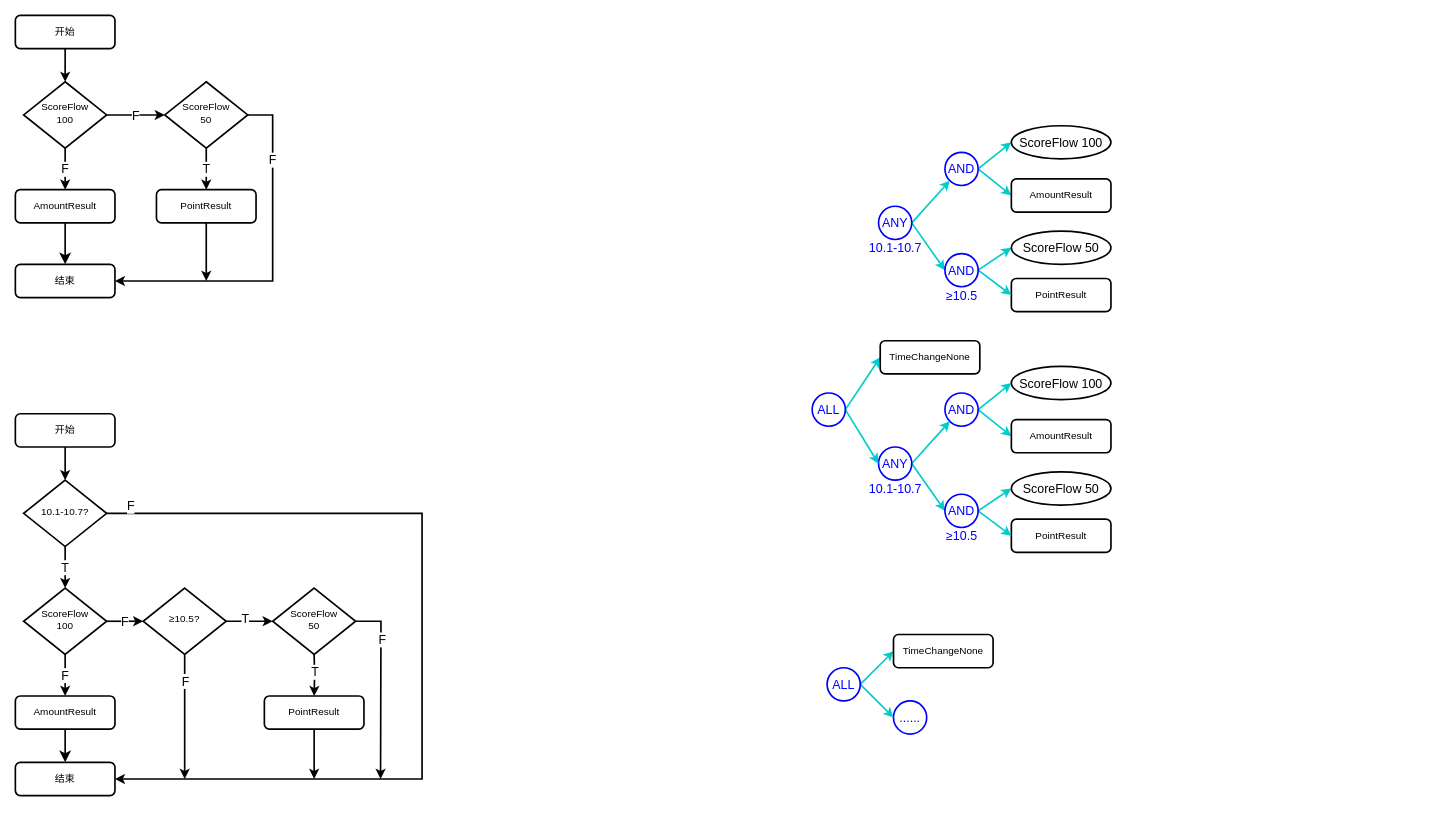
Before: Baikal Diagram.drawio in 2015java/baikal, a draw.io diagram. Source tidied: cells renumbered, new cells numbered last; positions are measured from the earlier drawing's top-left corner, leaving out a move shared by most shapes. Both pictures are drawn from the tidied source at 83%, with x=0, y=0 at pixel (15, 15).
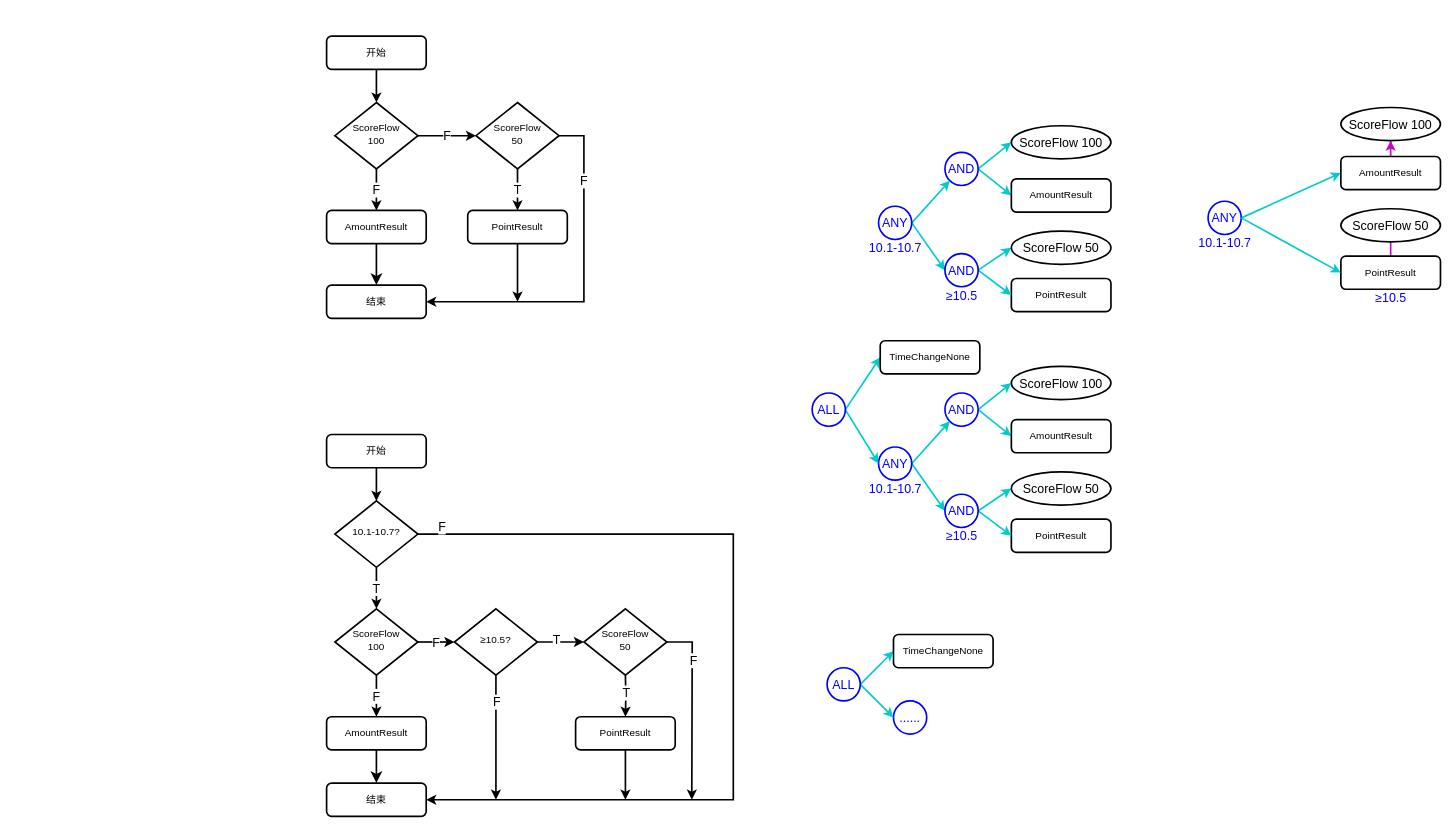
The same page after the edit.

The edit, as a diff of the source:
```diff
@@
     <mxCell id="3" value="开始" style="rounded=1;whiteSpace=wrap;html=1;fontSize=12;glass=0;strokeWidth=2;shadow=0;" parent="1" vertex="1">
-      <mxGeometry y="480" width="120" height="40" as="geometry" />
+      <mxGeometry x="375" y="505" width="120" height="40" as="geometry" />
     </mxCell>
@@
     <mxCell id="7" value="ScoreFlow&lt;br&gt;100" style="rhombus;whiteSpace=wrap;html=1;shadow=0;fontFamily=Helvetica;fontSize=12;align=center;strokeWidth=2;spacing=6;spacingTop=-4;" parent="1" vertex="1">
-      <mxGeometry x="10" y="690" width="100" height="80" as="geometry" />
+      <mxGeometry x="385" y="715" width="100" height="80" as="geometry" />
     </mxCell>
@@
     <mxCell id="9" value="结束" style="rounded=1;whiteSpace=wrap;html=1;fontSize=12;glass=0;strokeWidth=2;shadow=0;" parent="1" vertex="1">
-      <mxGeometry y="900" width="120" height="40" as="geometry" />
+      <mxGeometry x="375" y="925" width="120" height="40" as="geometry" />
     </mxCell>
     <mxCell id="10" value="AmountResult" style="rounded=1;whiteSpace=wrap;html=1;fontSize=12;glass=0;strokeWidth=2;shadow=0;" parent="1" vertex="1">
-      <mxGeometry y="820" width="120" height="40" as="geometry" />
+      <mxGeometry x="375" y="845" width="120" height="40" as="geometry" />
     </mxCell>
     <mxCell id="11" style="edgeStyle=orthogonalEdgeStyle;rounded=0;jettySize=auto;html=1;spacing=3;fontSize=15;strokeWidth=2;" parent="1" edge="1" target="14">
       <mxGeometry relative="1" as="geometry">
-        <mxPoint x="360" y="770" as="sourcePoint" />
+        <mxPoint x="735" y="795" as="sourcePoint" />
       </mxGeometry>
     </mxCell>
@@
     <mxCell id="13" style="edgeStyle=orthogonalEdgeStyle;rounded=0;jumpSize=10;jettySize=auto;html=1;endArrow=classic;endFill=1;strokeColor=#000000;fontSize=15;fontColor=#000000;strokeWidth=2;" parent="1" edge="1" source="14">
       <mxGeometry relative="1" as="geometry">
-        <mxPoint x="360" y="920" as="targetPoint" />
+        <mxPoint x="735" y="945" as="targetPoint" />
       </mxGeometry>
     </mxCell>
     <mxCell id="14" value="PointResult" style="rounded=1;whiteSpace=wrap;html=1;fontSize=12;glass=0;strokeWidth=2;shadow=0;" parent="1" vertex="1">
-      <mxGeometry x="300" y="820" width="120" height="40" as="geometry" />
+      <mxGeometry x="675" y="845" width="120" height="40" as="geometry" />
     </mxCell>
@@
     <mxCell id="16" style="edgeStyle=orthogonalEdgeStyle;rounded=0;jumpSize=10;jettySize=auto;html=1;exitX=1;exitY=0.5;exitDx=0;exitDy=0;entryX=1;entryY=0.5;entryDx=0;entryDy=0;endArrow=classic;endFill=1;strokeColor=#000000;fontSize=15;fontColor=#99004D;strokeWidth=2;" parent="1" edge="1" source="18" target="9">
       <mxGeometry relative="1" as="geometry">
         <Array as="points">
-          <mxPoint x="490" y="600" />
-          <mxPoint x="490" y="920" />
+          <mxPoint x="865" y="625" />
+          <mxPoint x="865" y="945" />
         </Array>
       </mxGeometry>
     </mxCell>
@@
     <mxCell id="18" value="10.1-10.7?" style="rhombus;whiteSpace=wrap;html=1;shadow=0;fontFamily=Helvetica;fontSize=12;align=center;strokeWidth=2;spacing=6;spacingTop=-4;" parent="1" vertex="1">
-      <mxGeometry x="10" y="560" width="100" height="80" as="geometry" />
+      <mxGeometry x="385" y="585" width="100" height="80" as="geometry" />
     </mxCell>
@@
     <mxCell id="20" value="开始" style="rounded=1;whiteSpace=wrap;html=1;fontSize=12;glass=0;strokeWidth=2;shadow=0;spacingBottom=0;fontStyle=0;" parent="1" vertex="1">
-      <mxGeometry width="120" height="40" as="geometry" />
+      <mxGeometry x="375" y="25" width="120" height="40" as="geometry" />
     </mxCell>
@@
     <mxCell id="23" value="ScoreFlow&lt;br&gt;100" style="rhombus;whiteSpace=wrap;html=1;shadow=0;fontFamily=Helvetica;fontSize=12;align=center;strokeWidth=2;spacing=6;spacingTop=-4;spacingBottom=0;fontStyle=0;" parent="1" vertex="1">
-      <mxGeometry x="10" y="80" width="100" height="80" as="geometry" />
+      <mxGeometry x="385" y="105" width="100" height="80" as="geometry" />
     </mxCell>
@@
     <mxCell id="25" value="结束" style="rounded=1;whiteSpace=wrap;html=1;fontSize=12;glass=0;strokeWidth=2;shadow=0;spacingBottom=0;fontStyle=0;" parent="1" vertex="1">
-      <mxGeometry y="300" width="120" height="40" as="geometry" />
+      <mxGeometry x="375" y="325" width="120" height="40" as="geometry" />
     </mxCell>
     <mxCell id="26" value="AmountResult" style="rounded=1;whiteSpace=wrap;html=1;fontSize=12;glass=0;strokeWidth=2;shadow=0;spacingBottom=0;fontStyle=0;" parent="1" vertex="1">
-      <mxGeometry y="210" width="120" height="40" as="geometry" />
+      <mxGeometry x="375" y="235" width="120" height="40" as="geometry" />
     </mxCell>
@@
     <mxCell id="28" style="edgeStyle=orthogonalEdgeStyle;rounded=0;jettySize=auto;html=1;exitX=1;exitY=0.5;exitDx=0;exitDy=0;entryX=1;entryY=0.5;entryDx=0;entryDy=0;spacing=3;fontSize=12;spacingBottom=0;fontStyle=0;strokeWidth=2;" parent="1" edge="1" source="30" target="25">
       <mxGeometry relative="1" as="geometry">
         <Array as="points">
-          <mxPoint x="310" y="120" />
-          <mxPoint x="310" y="320" />
+          <mxPoint x="685" y="145" />
+          <mxPoint x="685" y="345" />
         </Array>
       </mxGeometry>
     </mxCell>
@@
     <mxCell id="30" value="ScoreFlow&lt;br&gt;50" style="rhombus;whiteSpace=wrap;html=1;shadow=0;fontFamily=Helvetica;fontSize=12;align=center;strokeWidth=2;spacing=6;spacingTop=-4;spacingBottom=0;fontStyle=0;" parent="1" vertex="1">
-      <mxGeometry x="180" y="80" width="100" height="80" as="geometry" />
+      <mxGeometry x="555" y="105" width="100" height="80" as="geometry" />
     </mxCell>
     <mxCell id="31" style="edgeStyle=orthogonalEdgeStyle;rounded=0;jumpSize=10;jettySize=auto;html=1;endArrow=classic;endFill=1;strokeColor=#000000;fontSize=15;fontColor=#000000;spacingBottom=0;fontStyle=0;strokeWidth=2;" parent="1" edge="1" source="32">
       <mxGeometry relative="1" as="geometry">
-        <mxPoint x="230" y="320" as="targetPoint" />
+        <mxPoint x="605" y="345" as="targetPoint" />
       </mxGeometry>
     </mxCell>
     <mxCell id="32" value="PointResult" style="rounded=1;whiteSpace=wrap;html=1;fontSize=12;glass=0;strokeWidth=2;shadow=0;spacingBottom=0;fontStyle=0;" parent="1" vertex="1">
-      <mxGeometry x="170" y="210" width="120" height="40" as="geometry" />
+      <mxGeometry x="545" y="235" width="120" height="40" as="geometry" />
     </mxCell>
     <mxCell id="33" style="edgeStyle=orthogonalEdgeStyle;rounded=0;jumpSize=10;jettySize=auto;html=1;endArrow=classic;endFill=1;strokeColor=#000000;fontSize=15;fontColor=#000000;strokeWidth=2;" parent="1" edge="1" source="35">
       <mxGeometry relative="1" as="geometry">
-        <mxPoint x="440" y="920" as="targetPoint" />
+        <mxPoint x="815" y="945" as="targetPoint" />
       </mxGeometry>
     </mxCell>
@@
     <mxCell id="35" value="ScoreFlow&lt;br&gt;50" style="rhombus;whiteSpace=wrap;html=1;shadow=0;fontFamily=Helvetica;fontSize=12;align=center;strokeWidth=2;spacing=6;spacingTop=-4;" parent="1" vertex="1">
-      <mxGeometry x="310" y="690" width="100" height="80" as="geometry" />
+      <mxGeometry x="685" y="715" width="100" height="80" as="geometry" />
     </mxCell>
     <mxCell id="36" style="edgeStyle=orthogonalEdgeStyle;rounded=0;jettySize=auto;html=1;exitX=1;exitY=0.5;exitDx=0;exitDy=0;entryX=1;entryY=0.5;entryDx=0;entryDy=0;fontSize=12;" parent="1" edge="1" target="35">
       <mxGeometry relative="1" as="geometry">
-        <mxPoint x="410" y="730" as="sourcePoint" />
+        <mxPoint x="785" y="755" as="sourcePoint" />
       </mxGeometry>
     </mxCell>
@@
     <mxCell id="39" style="edgeStyle=orthogonalEdgeStyle;rounded=0;jumpSize=10;jettySize=auto;html=1;endArrow=classic;endFill=1;strokeColor=#000000;fontSize=15;fontColor=#000000;strokeWidth=2;" parent="1" edge="1" source="41">
       <mxGeometry relative="1" as="geometry">
-        <mxPoint x="204" y="920" as="targetPoint" />
+        <mxPoint x="579" y="945" as="targetPoint" />
       </mxGeometry>
     </mxCell>
@@
     <mxCell id="41" value="≥10.5?" style="rhombus;whiteSpace=wrap;html=1;shadow=0;fontFamily=Helvetica;fontSize=12;align=center;strokeWidth=2;spacing=6;spacingTop=-4;" parent="1" vertex="1">
-      <mxGeometry x="154" y="690" width="100" height="80" as="geometry" />
+      <mxGeometry x="529" y="715" width="100" height="80" as="geometry" />
     </mxCell>
@@
     <mxCell id="76" style="edgeStyle=none;rounded=0;jumpSize=10;orthogonalLoop=1;jettySize=auto;html=1;exitX=1;exitY=0.5;exitDx=0;exitDy=0;entryX=0;entryY=0.5;entryDx=0;entryDy=0;endArrow=classic;endFill=1;strokeWidth=2;fontSize=15;fontColor=#6600CC;strokeColor=#00CCCC;" parent="1" edge="1">
       <mxGeometry relative="1" as="geometry">
-        <mxPoint x="1178" y="806" as="sourcePoint" />
+        <mxPoint x="1553" y="831" as="sourcePoint" />
       </mxGeometry>
     </mxCell>
@@
+    <mxCell id="82" style="edgeStyle=none;rounded=0;jumpSize=10;jettySize=auto;html=1;exitX=1;exitY=0.5;exitDx=0;exitDy=0;entryX=0;entryY=0.5;entryDx=0;entryDy=0;endArrow=classic;endFill=1;strokeWidth=2;fontSize=15;fontColor=#6600CC;strokeColor=#00CCCC;" parent="1" edge="1" source="83" target="85">
+      <mxGeometry relative="1" as="geometry" />
+    </mxCell>
+    <mxCell id="83" value="ANY" style="ellipse;whiteSpace=wrap;html=1;strokeWidth=2;fontSize=15;fontColor=#0000FF;strokeColor=#0000FF;" parent="1" vertex="1">
+      <mxGeometry x="1437" y="224" width="40" height="40" as="geometry" />
+    </mxCell>
+    <mxCell id="84" style="edgeStyle=orthogonalEdgeStyle;rounded=0;jettySize=auto;html=1;entryX=0.5;entryY=1;entryDx=0;entryDy=0;strokeWidth=2;strokeColor=#CC00CC;" parent="1" edge="1" source="85" target="89">
+      <mxGeometry relative="1" as="geometry" />
+    </mxCell>
+    <mxCell id="85" value="AmountResult" style="rounded=1;whiteSpace=wrap;html=1;fontSize=12;glass=0;strokeWidth=2;shadow=0;spacingBottom=0;fontStyle=0;" parent="1" vertex="1">
+      <mxGeometry x="1597" y="170" width="120" height="40" as="geometry" />
+    </mxCell>
+    <mxCell id="86" style="edgeStyle=orthogonalEdgeStyle;rounded=0;jettySize=auto;html=1;strokeWidth=2;strokeColor=#CC00CC;" parent="1" edge="1" source="87">
+      <mxGeometry relative="1" as="geometry">
+        <mxPoint x="1657" y="274.1" as="targetPoint" />
+      </mxGeometry>
+    </mxCell>
+    <mxCell id="87" value="PointResult" style="rounded=1;whiteSpace=wrap;html=1;fontSize=12;glass=0;strokeWidth=2;shadow=0;spacingBottom=0;fontStyle=0;" parent="1" vertex="1">
+      <mxGeometry x="1597" y="290" width="120" height="40" as="geometry" />
+    </mxCell>
+    <mxCell id="88" style="edgeStyle=none;rounded=0;jumpSize=10;jettySize=auto;html=1;exitX=1;exitY=0.5;exitDx=0;exitDy=0;entryX=0;entryY=0.5;entryDx=0;entryDy=0;endArrow=classic;endFill=1;strokeWidth=2;fontSize=15;fontColor=#6600CC;strokeColor=#00CCCC;" parent="1" edge="1" source="83" target="87">
+      <mxGeometry relative="1" as="geometry" />
+    </mxCell>
+    <mxCell id="89" value="&lt;span&gt;ScoreFlow 100&lt;/span&gt;" style="ellipse;whiteSpace=wrap;html=1;strokeWidth=2;fontSize=15;fontColor=#000000;" parent="1" vertex="1">
+      <mxGeometry x="1597" y="111" width="120" height="40" as="geometry" />
+    </mxCell>
+    <mxCell id="90" value="&lt;span&gt;ScoreFlow 50&lt;/span&gt;" style="ellipse;whiteSpace=wrap;html=1;strokeWidth=2;fontSize=15;fontColor=#000000;" parent="1" vertex="1">
+      <mxGeometry x="1597" y="233" width="120" height="40" as="geometry" />
+    </mxCell>
+    <mxCell id="91" value="10.1-10.7" style="text;html=1;align=center;verticalAlign=middle;fontSize=15;fontColor=#0000FF;" parent="1" vertex="1">
+      <mxGeometry x="1417" y="264" width="80" height="20" as="geometry" />
+    </mxCell>
+    <mxCell id="92" value="≥10.5" style="text;html=1;align=center;verticalAlign=middle;fontSize=15;fontColor=#0000FF;" parent="1" vertex="1">
+      <mxGeometry x="1627" y="330" width="60" height="20" as="geometry" />
+    </mxCell>
```
